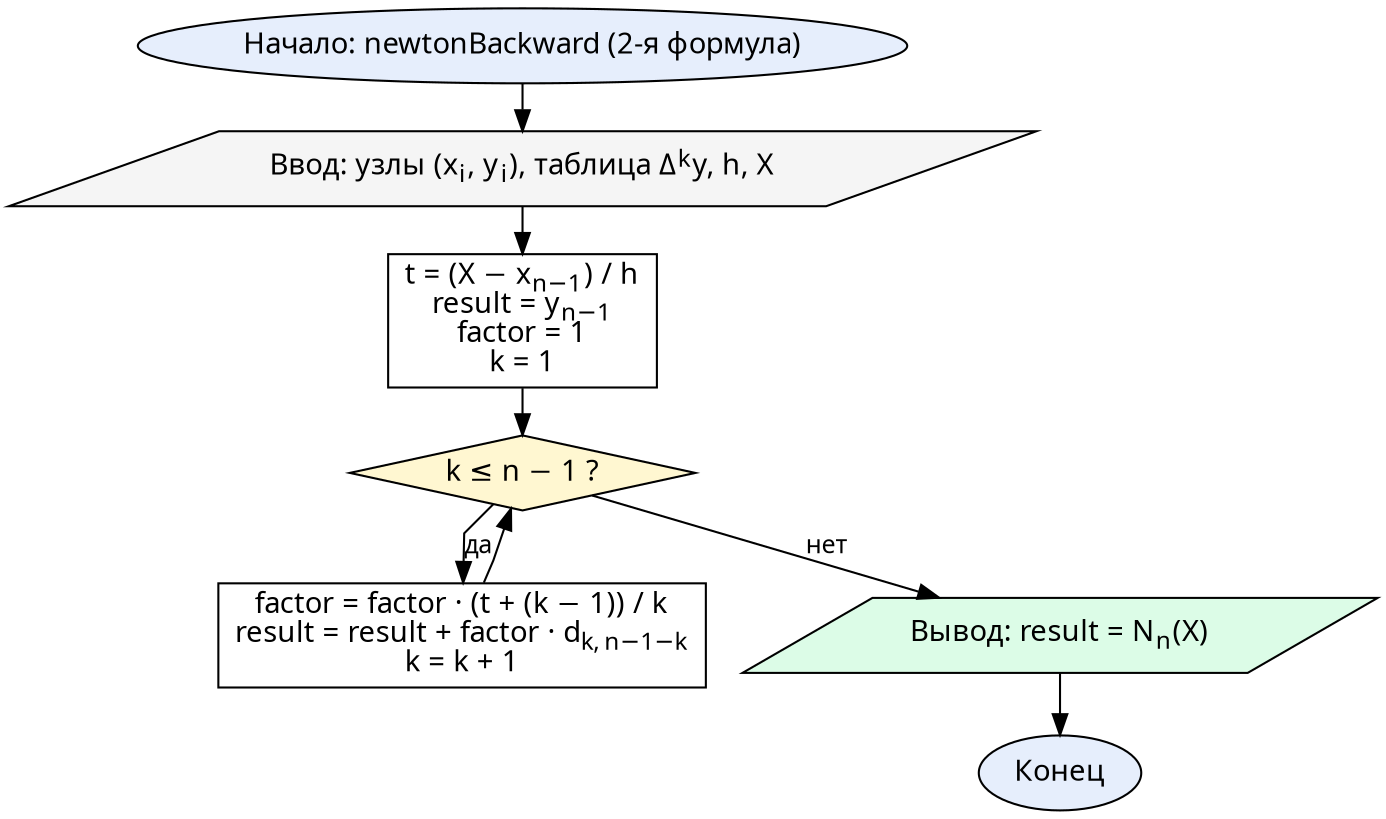
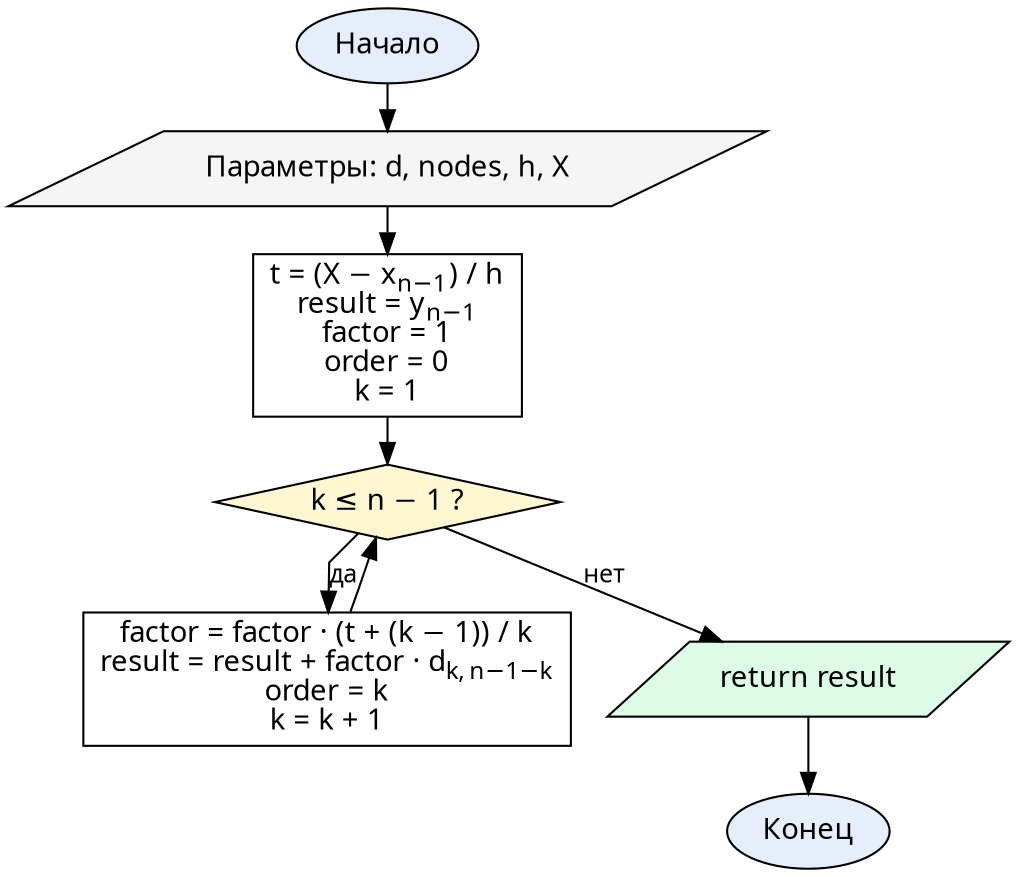
digraph Lab5NewtonBackward {
  graph [fontname="CMU Serif", rankdir=TB, nodesep=0.25, ranksep=0.3, splines=polyline]
  node  [fontname="CMU Serif", fontsize=14, style="filled", fillcolor="#ffffff", color="#000000"]
  edge  [fontname="CMU Serif", fontsize=12, color="#000000"]

-   start  [label="Начало: newtonBackward (2-я формула)", shape=oval, fillcolor="#e6eefc"]
-   input  [label=<Ввод: узлы (x<SUB>i</SUB>, y<SUB>i</SUB>), таблица Δ<SUP>k</SUP>y, h, X>, shape=parallelogram, fillcolor="#f5f5f5"]
-   init   [label=<t = (X − x<SUB>n−1</SUB>) / h<BR/>result = y<SUB>n−1</SUB><BR/>factor = 1<BR/>k = 1>, shape=box]
+   start  [label="Начало", shape=oval, fillcolor="#e6eefc"]
+   input  [label=<Параметры: d, nodes, h, X>, shape=parallelogram, fillcolor="#f5f5f5"]
+   init   [label=<t = (X − x<SUB>n−1</SUB>) / h<BR/>result = y<SUB>n−1</SUB><BR/>factor = 1<BR/>order = 0<BR/>k = 1>, shape=box]
  chk    [label=<k ≤ n − 1 ?>, shape=diamond, fillcolor="#fff7d1"]
-   body   [label=<factor = factor · (t + (k − 1)) / k<BR/>result = result + factor · d<SUB>k,&thinsp;n−1−k</SUB><BR/>k = k + 1>, shape=box]
-   output [label=<Вывод: result = N<SUB>n</SUB>(X)>, shape=parallelogram, fillcolor="#dcfce7"]
+   body   [label=<factor = factor · (t + (k − 1)) / k<BR/>result = result + factor · d<SUB>k,&thinsp;n−1−k</SUB><BR/>order = k<BR/>k = k + 1>, shape=box]
+   output [label=<return result>, shape=parallelogram, fillcolor="#dcfce7"]
  stop   [label="Конец", shape=oval, fillcolor="#e6eefc"]

  start -> input -> init -> chk
  chk -> body [label="да"]
  body -> chk
  chk -> output [label="нет"]
  output -> stop
}
